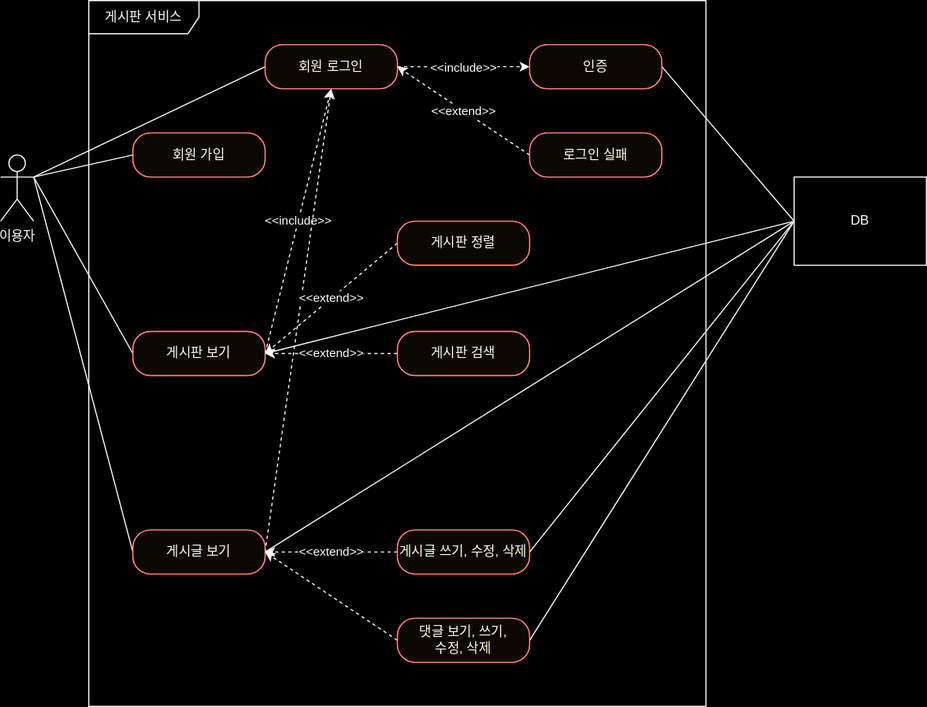
peg5325/spring-board keeps this draw.io diagram as document/use-case.svg. Above is the earlier version. Source tidied: cells renumbered, new cells last; positions are measured from the earlier drawing's top-left corner, leaving out a move shared by most shapes.
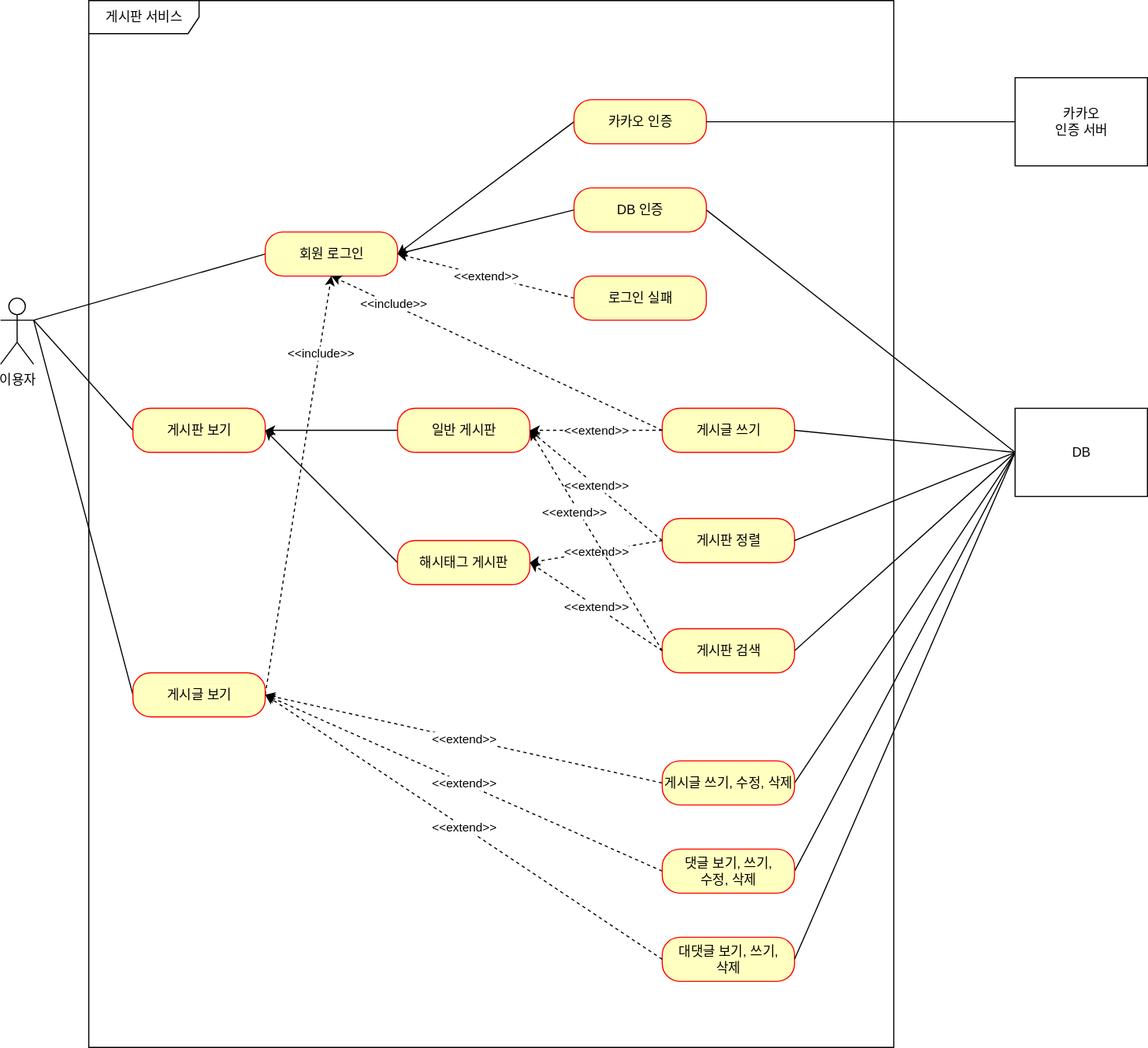
Above is the later version.

Commit message:
#62 - use-case.svg: 현재 프로젝트에 맞게 수정 및 카카오 인증 및 대댓글 미리 표현

The edit, as a diff of the source:
```diff
@@ -6,106 +6,139 @@
       <mxGeometry y="140" width="30" height="60" as="geometry" />
     </mxCell>
     <mxCell id="3" value="게시판 서비스" style="shape=umlFrame;whiteSpace=wrap;html=1;width=100;height=30;" parent="1" vertex="1">
-      <mxGeometry x="80" width="560" height="640" as="geometry" />
+      <mxGeometry x="80" y="-130" width="730" height="950" as="geometry" />
     </mxCell>
-    <mxCell id="4" value="회원 가입" style="rounded=1;whiteSpace=wrap;html=1;arcSize=40;fontColor=#000000;fillColor=#ffffc0;strokeColor=#ff0000;" parent="1" vertex="1">
-      <mxGeometry x="120" y="120" width="120" height="40" as="geometry" />
-    </mxCell>
     <mxCell id="5" style="rounded=0;jettySize=auto;html=1;exitX=0;exitY=0.5;exitDx=0;exitDy=0;endArrow=none;endFill=0;" parent="1" edge="1" source="8">
       <mxGeometry relative="1" as="geometry">
         <mxPoint x="30" y="160" as="targetPoint" />
       </mxGeometry>
     </mxCell>
-    <mxCell id="6" style="edgeStyle=orthogonalEdgeStyle;rounded=0;jettySize=auto;html=1;exitX=1;exitY=0.5;exitDx=0;exitDy=0;entryX=0;entryY=0.5;entryDx=0;entryDy=0;dashed=1;" parent="1" edge="1" source="8" target="18">
-      <mxGeometry relative="1" as="geometry" />
-    </mxCell>
-    <mxCell id="7" value="&amp;lt;&amp;lt;include&amp;gt;&amp;gt;" style="edgeLabel;html=1;align=center;verticalAlign=middle;" parent="6" vertex="1">
-      <mxGeometry x="0.07" y="-2" relative="1" as="geometry">
-        <mxPoint x="-6" y="-2" as="offset" />
-      </mxGeometry>
-    </mxCell>
+    <mxCell id="33" style="rounded=0;jettySize=auto;html=1;exitX=1;exitY=0.5;exitDx=0;exitDy=0;entryX=0;entryY=0.5;entryDx=0;entryDy=0;endArrow=none;endFill=0;startArrow=classic;startFill=1;" parent="1" edge="1" source="8" target="50">
+      <mxGeometry relative="1" as="geometry" />
+    </mxCell>
     <mxCell id="8" value="회원 로그인" style="rounded=1;whiteSpace=wrap;html=1;arcSize=40;fontColor=#000000;fillColor=#ffffc0;strokeColor=#ff0000;" parent="1" vertex="1">
-      <mxGeometry x="240" y="40" width="120" height="40" as="geometry" />
+      <mxGeometry x="240" y="80" width="120" height="40" as="geometry" />
     </mxCell>
     <mxCell id="9" style="rounded=0;jettySize=auto;html=1;exitX=0;exitY=0.5;exitDx=0;exitDy=0;endArrow=none;endFill=0;" parent="1" edge="1" source="12">
       <mxGeometry relative="1" as="geometry">
         <mxPoint x="30" y="160" as="targetPoint" />
       </mxGeometry>
     </mxCell>
-    <mxCell id="10" value="&amp;lt;&amp;lt;include&amp;gt;&amp;gt;" style="rounded=0;jettySize=auto;html=1;exitX=1;exitY=0.5;exitDx=0;exitDy=0;entryX=0.5;entryY=1;entryDx=0;entryDy=0;dashed=1;" parent="1" edge="1" source="12" target="8">
-      <mxGeometry relative="1" as="geometry" />
-    </mxCell>
-    <mxCell id="11" style="rounded=0;jettySize=auto;html=1;exitX=1;exitY=0.5;exitDx=0;exitDy=0;entryX=0;entryY=0.5;entryDx=0;entryDy=0;endArrow=none;endFill=0;" parent="1" edge="1" source="12" target="32">
-      <mxGeometry relative="1" as="geometry" />
-    </mxCell>
     <mxCell id="12" value="게시판 보기" style="rounded=1;whiteSpace=wrap;html=1;arcSize=40;fontColor=#000000;fillColor=#ffffc0;strokeColor=#ff0000;" parent="1" vertex="1">
-      <mxGeometry x="120" y="300" width="120" height="40" as="geometry" />
+      <mxGeometry x="120" y="240" width="120" height="40" as="geometry" />
     </mxCell>
     <mxCell id="13" style="rounded=0;jettySize=auto;html=1;exitX=0;exitY=0.5;exitDx=0;exitDy=0;endArrow=none;endFill=0;" parent="1" edge="1" source="16">
       <mxGeometry relative="1" as="geometry">
         <mxPoint x="30" y="160" as="targetPoint" />
       </mxGeometry>
     </mxCell>
-    <mxCell id="14" style="rounded=0;jettySize=auto;html=1;exitX=1;exitY=0.5;exitDx=0;exitDy=0;entryX=0.5;entryY=1;entryDx=0;entryDy=0;dashed=1;" parent="1" edge="1" source="16" target="8">
-      <mxGeometry relative="1" as="geometry" />
+    <mxCell id="14" value="&amp;lt;&amp;lt;include&amp;gt;&amp;gt;" style="rounded=0;jettySize=auto;html=1;exitX=1;exitY=0.5;exitDx=0;exitDy=0;entryX=0.5;entryY=1;entryDx=0;entryDy=0;dashed=1;" parent="1" edge="1" source="16" target="8">
+      <mxGeometry x="0.63" y="-1" relative="1" as="geometry" />
     </mxCell>
-    <mxCell id="15" style="rounded=0;jettySize=auto;html=1;exitX=1;exitY=0.5;exitDx=0;exitDy=0;entryX=0;entryY=0.5;entryDx=0;entryDy=0;endArrow=none;endFill=0;" parent="1" edge="1" source="16" target="32">
-      <mxGeometry relative="1" as="geometry" />
-    </mxCell>
     <mxCell id="16" value="게시글 보기" style="rounded=1;whiteSpace=wrap;html=1;arcSize=40;fontColor=#000000;fillColor=#ffffc0;strokeColor=#ff0000;" parent="1" vertex="1">
       <mxGeometry x="120" y="480" width="120" height="40" as="geometry" />
     </mxCell>
     <mxCell id="17" style="rounded=0;jettySize=auto;html=1;exitX=1;exitY=0.5;exitDx=0;exitDy=0;entryX=0;entryY=0.5;entryDx=0;entryDy=0;endArrow=none;endFill=0;" parent="1" edge="1" source="18" target="32">
       <mxGeometry relative="1" as="geometry" />
     </mxCell>
+    <mxCell id="34" style="rounded=0;jettySize=auto;html=1;exitX=0;exitY=0.5;exitDx=0;exitDy=0;entryX=1;entryY=0.5;entryDx=0;entryDy=0;" parent="1" edge="1" source="18" target="8">
+      <mxGeometry relative="1" as="geometry" />
+    </mxCell>
-    <mxCell id="18" value="인증" style="rounded=1;whiteSpace=wrap;html=1;arcSize=40;fontColor=#000000;fillColor=#ffffc0;strokeColor=#ff0000;" parent="1" vertex="1">
-      <mxGeometry x="480" y="40" width="120" height="40" as="geometry" />
+    <mxCell id="18" value="DB&amp;nbsp;&lt;span style=&quot;background-color: transparent; color: light-dark(rgb(0, 0, 0), rgb(237, 237, 237));&quot;&gt;인증&lt;/span&gt;" style="rounded=1;whiteSpace=wrap;html=1;arcSize=40;fontColor=#000000;fillColor=#ffffc0;strokeColor=#ff0000;" parent="1" vertex="1">
+      <mxGeometry x="520" y="40" width="120" height="40" as="geometry" />
     </mxCell>
     <mxCell id="19" value="&amp;lt;&amp;lt;extend&amp;gt;&amp;gt;" style="rounded=0;jettySize=auto;html=1;exitX=0;exitY=0.5;exitDx=0;exitDy=0;entryX=1;entryY=0.5;entryDx=0;entryDy=0;dashed=1;" parent="1" edge="1" source="20" target="8">
       <mxGeometry relative="1" as="geometry" />
     </mxCell>
     <mxCell id="20" value="로그인 실패" style="rounded=1;whiteSpace=wrap;html=1;arcSize=40;fontColor=#000000;fillColor=#ffffc0;strokeColor=#ff0000;" parent="1" vertex="1">
-      <mxGeometry x="480" y="120" width="120" height="40" as="geometry" />
+      <mxGeometry x="520" y="120" width="120" height="40" as="geometry" />
     </mxCell>
-    <mxCell id="21" value="&amp;lt;&amp;lt;extend&amp;gt;&amp;gt;" style="rounded=0;jettySize=auto;html=1;exitX=0;exitY=0.5;exitDx=0;exitDy=0;dashed=1;" parent="1" edge="1" source="22">
-      <mxGeometry relative="1" as="geometry">
-        <mxPoint x="240" y="320" as="targetPoint" />
-      </mxGeometry>
+    <mxCell id="21" value="&lt;div&gt;&lt;br&gt;&lt;/div&gt;" style="rounded=0;jettySize=auto;html=1;exitX=0;exitY=0.5;exitDx=0;exitDy=0;entryX=1;entryY=0.5;entryDx=0;entryDy=0;" parent="1" edge="1" source="22" target="12">
+      <mxGeometry relative="1" as="geometry" />
     </mxCell>
-    <mxCell id="22" value="게시판 정렬" style="rounded=1;whiteSpace=wrap;html=1;arcSize=40;fontColor=#000000;fillColor=#ffffc0;strokeColor=#ff0000;" parent="1" vertex="1">
-      <mxGeometry x="360" y="200" width="120" height="40" as="geometry" />
+    <mxCell id="22" value="일반 게시판" style="rounded=1;whiteSpace=wrap;html=1;arcSize=40;fontColor=#000000;fillColor=#ffffc0;strokeColor=#ff0000;" parent="1" vertex="1">
+      <mxGeometry x="360" y="240" width="120" height="40" as="geometry" />
     </mxCell>
-    <mxCell id="23" value="&amp;lt;&amp;lt;extend&amp;gt;&amp;gt;" style="rounded=0;jettySize=auto;html=1;exitX=0;exitY=0.5;exitDx=0;exitDy=0;entryX=1;entryY=0.5;entryDx=0;entryDy=0;dashed=1;" parent="1" edge="1" source="24" target="12">
+    <mxCell id="23" style="rounded=0;jettySize=auto;html=1;exitX=0;exitY=0.5;exitDx=0;exitDy=0;entryX=1;entryY=0.5;entryDx=0;entryDy=0;" parent="1" edge="1" source="24" target="12">
       <mxGeometry relative="1" as="geometry" />
     </mxCell>
-    <mxCell id="24" value="게시판 검색" style="rounded=1;whiteSpace=wrap;html=1;arcSize=40;fontColor=#000000;fillColor=#ffffc0;strokeColor=#ff0000;" parent="1" vertex="1">
-      <mxGeometry x="360" y="300" width="120" height="40" as="geometry" />
+    <mxCell id="24" value="해시태그 게시판" style="rounded=1;whiteSpace=wrap;html=1;arcSize=40;fontColor=#000000;fillColor=#ffffc0;strokeColor=#ff0000;" parent="1" vertex="1">
+      <mxGeometry x="360" y="360" width="120" height="40" as="geometry" />
     </mxCell>
-    <mxCell id="25" value="&amp;lt;&amp;lt;extend&amp;gt;&amp;gt;" style="rounded=0;jettySize=auto;html=1;exitX=0;exitY=0.5;exitDx=0;exitDy=0;dashed=1;" parent="1" edge="1" source="27" target="16">
+    <mxCell id="25" value="&amp;lt;&amp;lt;extend&amp;gt;&amp;gt;" style="rounded=0;jettySize=auto;html=1;exitX=0;exitY=0.5;exitDx=0;exitDy=0;dashed=1;entryX=1;entryY=0.5;entryDx=0;entryDy=0;" parent="1" edge="1" source="27" target="16">
       <mxGeometry relative="1" as="geometry" />
     </mxCell>
-    <mxCell id="26" style="rounded=0;jettySize=auto;html=1;exitX=1;exitY=0.5;exitDx=0;exitDy=0;endArrow=none;endFill=0;" parent="1" edge="1" source="27">
-      <mxGeometry relative="1" as="geometry">
-        <mxPoint x="720" y="200" as="targetPoint" />
-      </mxGeometry>
+    <mxCell id="26" style="rounded=0;jettySize=auto;html=1;exitX=1;exitY=0.5;exitDx=0;exitDy=0;endArrow=none;endFill=0;entryX=0;entryY=0.5;entryDx=0;entryDy=0;" parent="1" edge="1" source="27" target="32">
+      <mxGeometry relative="1" as="geometry" />
     </mxCell>
     <mxCell id="27" value="게시글 쓰기, 수정, 삭제" style="rounded=1;whiteSpace=wrap;html=1;arcSize=40;fontColor=#000000;fillColor=#ffffc0;strokeColor=#ff0000;" parent="1" vertex="1">
-      <mxGeometry x="360" y="480" width="120" height="40" as="geometry" />
+      <mxGeometry x="600" y="560" width="120" height="40" as="geometry" />
     </mxCell>
-    <mxCell id="28" style="rounded=0;jettySize=auto;html=1;exitX=0;exitY=0.5;exitDx=0;exitDy=0;entryX=1;entryY=0.5;entryDx=0;entryDy=0;dashed=1;" parent="1" edge="1" source="30" target="16">
+    <mxCell id="28" value="&amp;lt;&amp;lt;extend&amp;gt;&amp;gt;" style="rounded=0;jettySize=auto;html=1;exitX=0;exitY=0.5;exitDx=0;exitDy=0;entryX=1;entryY=0.5;entryDx=0;entryDy=0;dashed=1;" parent="1" edge="1" source="30" target="16">
       <mxGeometry relative="1" as="geometry" />
     </mxCell>
     <mxCell id="29" style="rounded=0;jettySize=auto;html=1;exitX=1;exitY=0.5;exitDx=0;exitDy=0;entryX=0;entryY=0.5;entryDx=0;entryDy=0;endArrow=none;endFill=0;" parent="1" edge="1" source="30" target="32">
       <mxGeometry relative="1" as="geometry" />
     </mxCell>
     <mxCell id="30" value="댓글 보기, 쓰기,&lt;div&gt;수정, 삭제&lt;/div&gt;" style="rounded=1;whiteSpace=wrap;html=1;arcSize=40;fontColor=#000000;fillColor=#ffffc0;strokeColor=#ff0000;" parent="1" vertex="1">
-      <mxGeometry x="360" y="560" width="120" height="40" as="geometry" />
+      <mxGeometry x="600" y="640" width="120" height="40" as="geometry" />
     </mxCell>
-    <mxCell id="31" style="rounded=0;jettySize=auto;html=1;exitX=0;exitY=0.5;exitDx=0;exitDy=0;entryX=1;entryY=0.3333333333333333;entryDx=0;entryDy=0;entryPerimeter=0;endArrow=none;endFill=0;" parent="1" edge="1" source="4" target="2">
-      <mxGeometry relative="1" as="geometry" />
-    </mxCell>
     <mxCell id="32" value="DB" style="html=1;whiteSpace=wrap;" parent="1" vertex="1">
-      <mxGeometry x="720" y="160" width="120" height="80" as="geometry" />
+      <mxGeometry x="920" y="240" width="120" height="80" as="geometry" />
     </mxCell>
+    <mxCell id="35" value="대댓글 보기, 쓰기,&lt;div&gt;삭제&lt;/div&gt;" style="rounded=1;whiteSpace=wrap;html=1;arcSize=40;fontColor=#000000;fillColor=#ffffc0;strokeColor=#ff0000;" parent="1" vertex="1">
+      <mxGeometry x="600" y="720" width="120" height="40" as="geometry" />
+    </mxCell>
+    <mxCell id="36" value="&amp;lt;&amp;lt;extend&amp;gt;&amp;gt;" style="rounded=0;jettySize=auto;html=1;exitX=0;exitY=0.5;exitDx=0;exitDy=0;dashed=1;entryX=1;entryY=0.5;entryDx=0;entryDy=0;" parent="1" edge="1" source="35" target="16">
+      <mxGeometry relative="1" as="geometry" />
+    </mxCell>
+    <mxCell id="37" style="rounded=0;jettySize=auto;html=1;exitX=1;exitY=0.5;exitDx=0;exitDy=0;endArrow=none;endFill=0;entryX=0;entryY=0.5;entryDx=0;entryDy=0;" parent="1" edge="1" source="35" target="32">
+      <mxGeometry relative="1" as="geometry" />
+    </mxCell>
+    <mxCell id="38" value="게시글 쓰기" style="rounded=1;whiteSpace=wrap;html=1;arcSize=40;fontColor=#000000;fillColor=#ffffc0;strokeColor=#ff0000;" parent="1" vertex="1">
+      <mxGeometry x="600" y="240" width="120" height="40" as="geometry" />
+    </mxCell>
+    <mxCell id="39" value="게시판 정렬" style="rounded=1;whiteSpace=wrap;html=1;arcSize=40;fontColor=#000000;fillColor=#ffffc0;strokeColor=#ff0000;" parent="1" vertex="1">
+      <mxGeometry x="600" y="340" width="120" height="40" as="geometry" />
+    </mxCell>
+    <mxCell id="40" style="rounded=0;jettySize=auto;html=1;exitX=1;exitY=0.5;exitDx=0;exitDy=0;entryX=0;entryY=0.5;entryDx=0;entryDy=0;endArrow=none;endFill=0;" parent="1" edge="1" source="41" target="32">
+      <mxGeometry relative="1" as="geometry" />
+    </mxCell>
+    <mxCell id="41" value="게시판 검색" style="rounded=1;whiteSpace=wrap;html=1;arcSize=40;fontColor=#000000;fillColor=#ffffc0;strokeColor=#ff0000;" parent="1" vertex="1">
+      <mxGeometry x="600" y="440" width="120" height="40" as="geometry" />
+    </mxCell>
+    <mxCell id="42" value="&amp;lt;&amp;lt;include&amp;gt;&amp;gt;" style="rounded=0;jettySize=auto;html=1;exitX=0;exitY=0.5;exitDx=0;exitDy=0;entryX=0.5;entryY=1;entryDx=0;entryDy=0;dashed=1;" parent="1" edge="1" source="38" target="8">
+      <mxGeometry x="0.63" y="-1" relative="1" as="geometry" />
+    </mxCell>
+    <mxCell id="43" value="&amp;lt;&amp;lt;extend&amp;gt;&amp;gt;" style="rounded=0;jettySize=auto;html=1;exitX=0;exitY=0.5;exitDx=0;exitDy=0;dashed=1;entryX=1;entryY=0.5;entryDx=0;entryDy=0;" parent="1" edge="1" source="38" target="22">
+      <mxGeometry relative="1" as="geometry" />
+    </mxCell>
+    <mxCell id="44" value="&amp;lt;&amp;lt;extend&amp;gt;&amp;gt;" style="rounded=0;jettySize=auto;html=1;exitX=0;exitY=0.5;exitDx=0;exitDy=0;dashed=1;entryX=1;entryY=0.5;entryDx=0;entryDy=0;" parent="1" edge="1" source="39" target="24">
+      <mxGeometry relative="1" as="geometry" />
+    </mxCell>
+    <mxCell id="45" value="&amp;lt;&amp;lt;extend&amp;gt;&amp;gt;" style="rounded=0;jettySize=auto;html=1;exitX=0;exitY=0.5;exitDx=0;exitDy=0;dashed=1;entryX=1;entryY=0.5;entryDx=0;entryDy=0;" parent="1" edge="1" source="39" target="22">
+      <mxGeometry relative="1" as="geometry" />
+    </mxCell>
+    <mxCell id="46" value="&amp;lt;&amp;lt;extend&amp;gt;&amp;gt;" style="rounded=0;jettySize=auto;html=1;exitX=0;exitY=0.5;exitDx=0;exitDy=0;dashed=1;entryX=1;entryY=0.5;entryDx=0;entryDy=0;" parent="1" edge="1" source="41" target="24">
+      <mxGeometry relative="1" as="geometry" />
+    </mxCell>
+    <mxCell id="47" value="&amp;lt;&amp;lt;extend&amp;gt;&amp;gt;" style="rounded=0;jettySize=auto;html=1;exitX=0;exitY=0.5;exitDx=0;exitDy=0;dashed=1;entryX=1;entryY=0.5;entryDx=0;entryDy=0;" parent="1" edge="1" source="41" target="22">
+      <mxGeometry x="0.28" y="4" relative="1" as="geometry" />
+    </mxCell>
+    <mxCell id="48" style="rounded=0;jettySize=auto;html=1;exitX=1;exitY=0.5;exitDx=0;exitDy=0;entryX=0;entryY=0.5;entryDx=0;entryDy=0;endArrow=none;endFill=0;" parent="1" edge="1" source="39" target="32">
+      <mxGeometry relative="1" as="geometry" />
+    </mxCell>
+    <mxCell id="49" style="rounded=0;jettySize=auto;html=1;exitX=1;exitY=0.5;exitDx=0;exitDy=0;endArrow=none;endFill=0;entryX=0;entryY=0.5;entryDx=0;entryDy=0;" parent="1" edge="1" source="38" target="32">
+      <mxGeometry relative="1" as="geometry" />
+    </mxCell>
+    <mxCell id="50" value="카카오 인증" style="rounded=1;whiteSpace=wrap;html=1;arcSize=40;fontColor=#000000;fillColor=#ffffc0;strokeColor=#ff0000;" parent="1" vertex="1">
+      <mxGeometry x="520" y="-40" width="120" height="40" as="geometry" />
+    </mxCell>
+    <mxCell id="51" style="edgeStyle=orthogonalEdgeStyle;rounded=0;jettySize=auto;html=1;exitX=0;exitY=0.5;exitDx=0;exitDy=0;endArrow=none;endFill=0;" parent="1" edge="1" source="52" target="50">
+      <mxGeometry relative="1" as="geometry" />
+    </mxCell>
+    <mxCell id="52" value="카카오&lt;div&gt;인증 서버&lt;/div&gt;" style="html=1;whiteSpace=wrap;" parent="1" vertex="1">
+      <mxGeometry x="920" y="-60" width="120" height="80" as="geometry" />
+    </mxCell>
   </root>
 </mxGraphModel>
```
